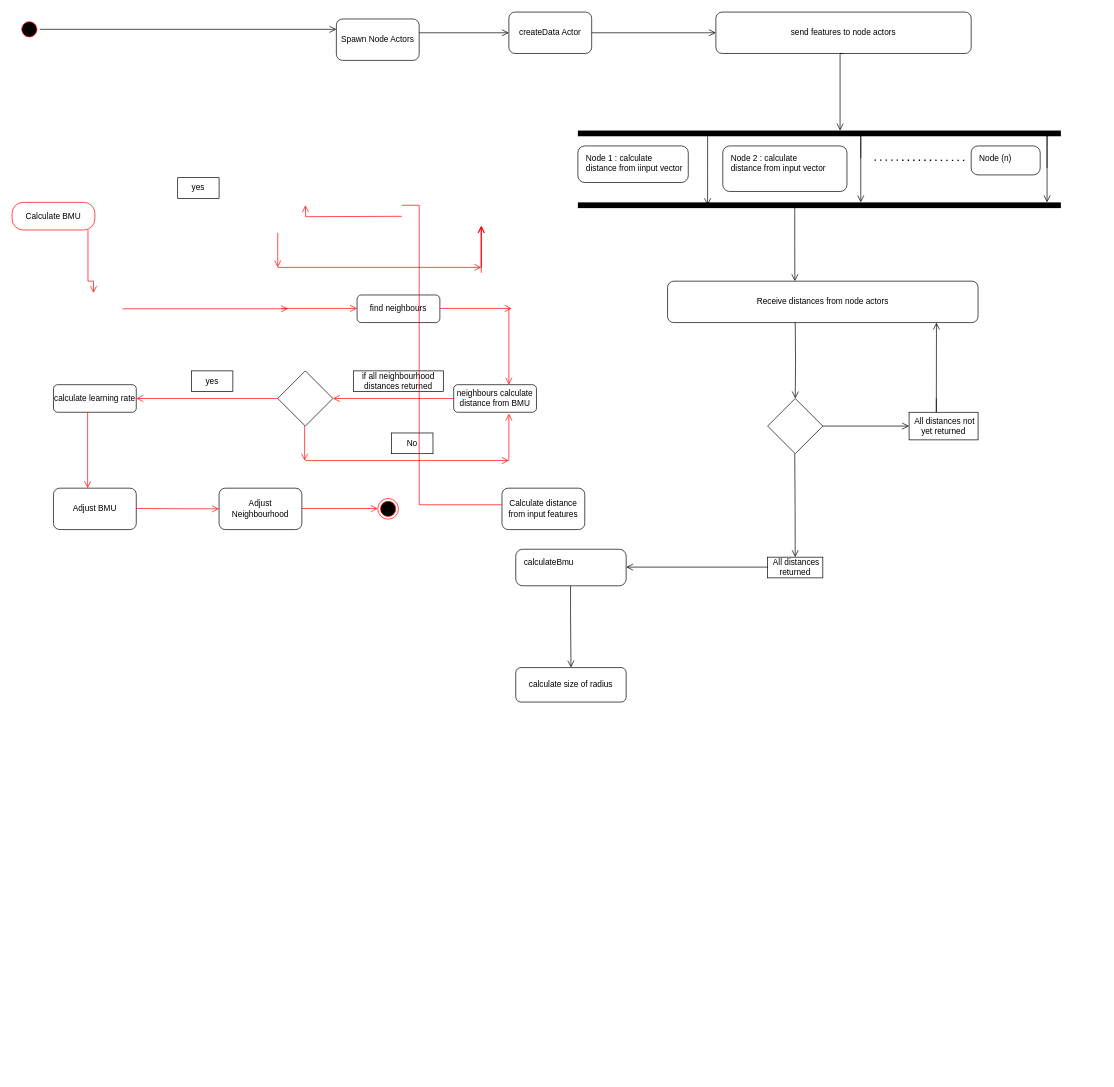
Before: mainActivityDiagram.drawio in vanelopethecoder/som-basic, a draw.io diagram. Source tidied: cells renumbered, new cells numbered last; positions are measured from the earlier drawing's top-left corner, leaving out a move shared by most shapes. Both pictures are drawn from the tidied source at 69%, with x=0, y=0 at pixel (12, 12).
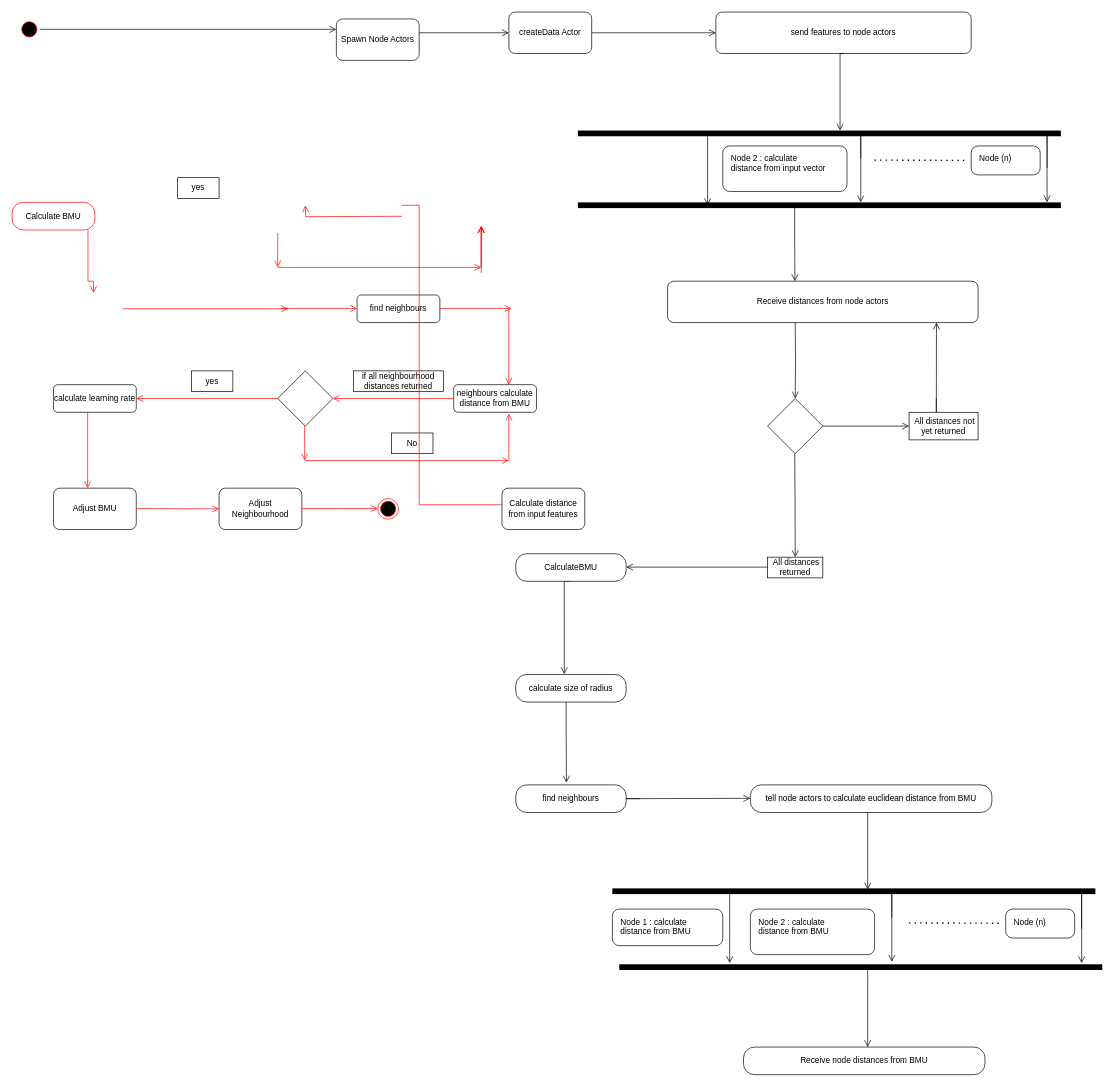
Above is the later version.

Change to the diagram source:
```diff
@@
-    <mxCell id="14" value="calculate size of radius" style="rounded=1;whiteSpace=wrap;html=1;" parent="1" vertex="1">
-      <mxGeometry x="730" y="950" width="160" height="50" as="geometry" />
-    </mxCell>
@@
-    <mxCell id="54" value="Node 1 : calculate &lt;br&gt;distance from iinput vector" style="rounded=1;absoluteArcSize=1;arcSize=20;html=1;verticalAlign=top;align=left;spacingTop=5;spacingLeft=10;" parent="1" vertex="1">
-      <mxGeometry x="820" y="194" width="160" height="53" as="geometry" />
+    <mxCell id="54" value="Node 1 : calculate &lt;br&gt;distance from BMU" style="rounded=1;absoluteArcSize=1;arcSize=20;html=1;verticalAlign=top;align=left;spacingTop=5;spacingLeft=10;" parent="1" vertex="1">
+      <mxGeometry x="870" y="1300" width="160" height="53" as="geometry" />
     </mxCell>
@@
-    <mxCell id="63" value="calculateBmu" style="rounded=1;absoluteArcSize=1;arcSize=20;html=1;verticalAlign=top;align=left;spacingTop=5;spacingLeft=10;" parent="1" vertex="1">
-      <mxGeometry x="730" y="778.5" width="160" height="53" as="geometry" />
-    </mxCell>
@@
-    <mxCell id="65" style="edgeStyle=orthogonalEdgeStyle;html=1;verticalAlign=bottom;endArrow=open;endSize=8;strokeColor=#000000;rounded=0;entryX=0.5;entryY=0;entryDx=0;entryDy=0;" parent="1" edge="1" target="14">
+    <mxCell id="65" style="edgeStyle=orthogonalEdgeStyle;html=1;verticalAlign=bottom;endArrow=open;endSize=8;strokeColor=#000000;rounded=0;exitX=0.5;exitY=1;exitDx=0;exitDy=0;entryX=0.439;entryY=-0.01;entryDx=0;entryDy=0;entryPerimeter=0;" parent="1" edge="1" source="67" target="14">
       <mxGeometry relative="1" as="geometry">
-        <mxPoint x="809.4" y="831.5" as="sourcePoint" />
         <Array as="points">
-          <mxPoint x="809" y="874" />
+          <mxPoint x="800" y="825" />
         </Array>
       </mxGeometry>
     </mxCell>
+    <mxCell id="66" style="edgeStyle=orthogonalEdgeStyle;html=1;verticalAlign=bottom;endArrow=open;endSize=8;strokeColor=#000000;rounded=0;entryX=0.459;entryY=-0.08;entryDx=0;entryDy=0;entryPerimeter=0;" parent="1" edge="1" source="14" target="68">
+      <mxGeometry relative="1" as="geometry">
+        <Array as="points">
+          <mxPoint x="803" y="1040" />
+          <mxPoint x="803" y="1040" />
+        </Array>
+      </mxGeometry>
+    </mxCell>
+    <mxCell id="67" value="CalculateBMU" style="rounded=1;whiteSpace=wrap;html=1;arcSize=40;fontColor=#000000;fillColor=#FFFFFF;strokeColor=#000000;" parent="1" vertex="1">
+      <mxGeometry x="730" y="785" width="160" height="40" as="geometry" />
+    </mxCell>
+    <mxCell id="14" value="calculate size of radius" style="rounded=1;whiteSpace=wrap;html=1;arcSize=40;fontColor=#000000;fillColor=#FFFFFF;strokeColor=#000000;" parent="1" vertex="1">
+      <mxGeometry x="730" y="960" width="160" height="40" as="geometry" />
+    </mxCell>
+    <mxCell id="68" value="find neighbours" style="rounded=1;whiteSpace=wrap;html=1;arcSize=40;fontColor=#000000;fillColor=#FFFFFF;strokeColor=#000000;" parent="1" vertex="1">
+      <mxGeometry x="730" y="1120" width="160" height="40" as="geometry" />
+    </mxCell>
+    <mxCell id="69" style="edgeStyle=orthogonalEdgeStyle;html=1;verticalAlign=bottom;endArrow=open;endSize=8;strokeColor=#000000;rounded=0;entryX=0;entryY=0.5;entryDx=0;entryDy=0;" parent="1" edge="1">
+      <mxGeometry relative="1" as="geometry">
+        <mxPoint x="910" y="1140" as="sourcePoint" />
+        <mxPoint x="1070" y="1139.5" as="targetPoint" />
+        <Array as="points">
+          <mxPoint x="890" y="1139.5" />
+        </Array>
+      </mxGeometry>
+    </mxCell>
+    <mxCell id="70" value="&#10;&#10;&lt;span style=&quot;color: rgb(0, 0, 0); font-family: helvetica; font-size: 12px; font-style: normal; font-weight: 400; letter-spacing: normal; text-align: center; text-indent: 0px; text-transform: none; word-spacing: 0px; background-color: rgb(248, 249, 250); display: inline; float: none;&quot;&gt;tell node actors to calculate euclidean distance from BMU&lt;/span&gt;&#10;&#10;" style="rounded=1;whiteSpace=wrap;html=1;arcSize=40;fontColor=#000000;fillColor=#FFFFFF;strokeColor=#000000;" parent="1" vertex="1">
+      <mxGeometry x="1070" y="1120" width="350" height="40" as="geometry" />
+    </mxCell>
+    <mxCell id="71" style="edgeStyle=orthogonalEdgeStyle;html=1;verticalAlign=bottom;endArrow=open;endSize=8;strokeColor=#000000;rounded=0;" parent="1" edge="1">
+      <mxGeometry relative="1" as="geometry">
+        <mxPoint x="1240" y="1160" as="sourcePoint" />
+        <mxPoint x="1240" y="1271.7" as="targetPoint" />
+        <Array as="points">
+          <mxPoint x="1240" y="1250" />
+          <mxPoint x="1240" y="1250" />
+        </Array>
+      </mxGeometry>
+    </mxCell>
+    <mxCell id="72" style="html=1;perimeter=orthogonalPerimeter;fillColor=#000000;strokeColor=none;direction=north;" parent="1" vertex="1">
+      <mxGeometry x="870" y="1270" width="700" height="8.3" as="geometry" />
+    </mxCell>
+    <mxCell id="73" style="edgeStyle=orthogonalEdgeStyle;html=1;verticalAlign=bottom;endArrow=open;endSize=8;strokeColor=#000000;rounded=0;" parent="1" edge="1">
+      <mxGeometry relative="1" as="geometry">
+        <mxPoint x="1040" y="1278.3" as="sourcePoint" />
+        <mxPoint x="1040" y="1378.3" as="targetPoint" />
+        <Array as="points">
+          <mxPoint x="1040" y="1328.3" />
+          <mxPoint x="1040" y="1328.3" />
+        </Array>
+      </mxGeometry>
+    </mxCell>
+    <mxCell id="74" value="Node 2 : calculate&lt;br&gt;distance from BMU" style="rounded=1;absoluteArcSize=1;arcSize=20;html=1;verticalAlign=top;align=left;spacingTop=5;spacingLeft=10;" parent="1" vertex="1">
+      <mxGeometry x="1070" y="1300" width="180" height="66" as="geometry" />
+    </mxCell>
+    <mxCell id="75" style="edgeStyle=orthogonalEdgeStyle;html=1;verticalAlign=bottom;endArrow=open;endSize=8;strokeColor=#000000;rounded=0;" parent="1" edge="1">
+      <mxGeometry relative="1" as="geometry">
+        <mxPoint x="1275" y="1312.5" as="sourcePoint" />
+        <mxPoint x="1275" y="1376.5" as="targetPoint" />
+        <Array as="points">
+          <mxPoint x="1275" y="1276.5" />
+          <mxPoint x="1275" y="1398.5" />
+        </Array>
+      </mxGeometry>
+    </mxCell>
+    <mxCell id="76" style="endArrow=none;dashed=1;html=1;dashPattern=1 3;strokeWidth=2;rounded=0;exitX=1;exitY=0.25;exitDx=0;exitDy=0;" parent="1" edge="1">
+      <mxGeometry relative="1" as="geometry">
+        <mxPoint x="1300" y="1320" as="sourcePoint" />
+        <mxPoint x="1430" y="1320.5" as="targetPoint" />
+      </mxGeometry>
+    </mxCell>
+    <mxCell id="77" value="Node (n)" style="rounded=1;absoluteArcSize=1;arcSize=20;html=1;verticalAlign=top;align=left;spacingTop=5;spacingLeft=10;" parent="1" vertex="1">
+      <mxGeometry x="1440" y="1300" width="100" height="42" as="geometry" />
+    </mxCell>
+    <mxCell id="78" style="edgeStyle=orthogonalEdgeStyle;html=1;verticalAlign=bottom;endArrow=open;endSize=8;strokeColor=#000000;rounded=0;" parent="1" edge="1">
+      <mxGeometry relative="1" as="geometry">
+        <mxPoint x="1550.1" y="1328.4" as="sourcePoint" />
+        <mxPoint x="1550.1" y="1378.4" as="targetPoint" />
+        <Array as="points">
+          <mxPoint x="1550.1" y="1278.4" />
+          <mxPoint x="1550.1" y="1278.4" />
+        </Array>
+      </mxGeometry>
+    </mxCell>
+    <mxCell id="79" style="html=1;perimeter=orthogonalPerimeter;fillColor=#000000;strokeColor=none;direction=north;" parent="1" vertex="1">
+      <mxGeometry x="880" y="1380" width="700" height="8.3" as="geometry" />
+    </mxCell>
+    <mxCell id="80" style="edgeStyle=orthogonalEdgeStyle;html=1;verticalAlign=bottom;endArrow=open;endSize=8;strokeColor=#000000;rounded=0;" parent="1" edge="1">
+      <mxGeometry relative="1" as="geometry">
+        <mxPoint x="1240" y="1388.3" as="sourcePoint" />
+        <mxPoint x="1240" y="1500" as="targetPoint" />
+        <Array as="points">
+          <mxPoint x="1240.4" y="1408.3" />
+          <mxPoint x="1240.4" y="1408.3" />
+        </Array>
+      </mxGeometry>
+    </mxCell>
+    <mxCell id="81" value="Receive node distances from BMU" style="rounded=1;whiteSpace=wrap;html=1;arcSize=40;fontColor=#000000;fillColor=#FFFFFF;strokeColor=#000000;" parent="1" vertex="1">
+      <mxGeometry x="1060" y="1500" width="350" height="40" as="geometry" />
+    </mxCell>
```
